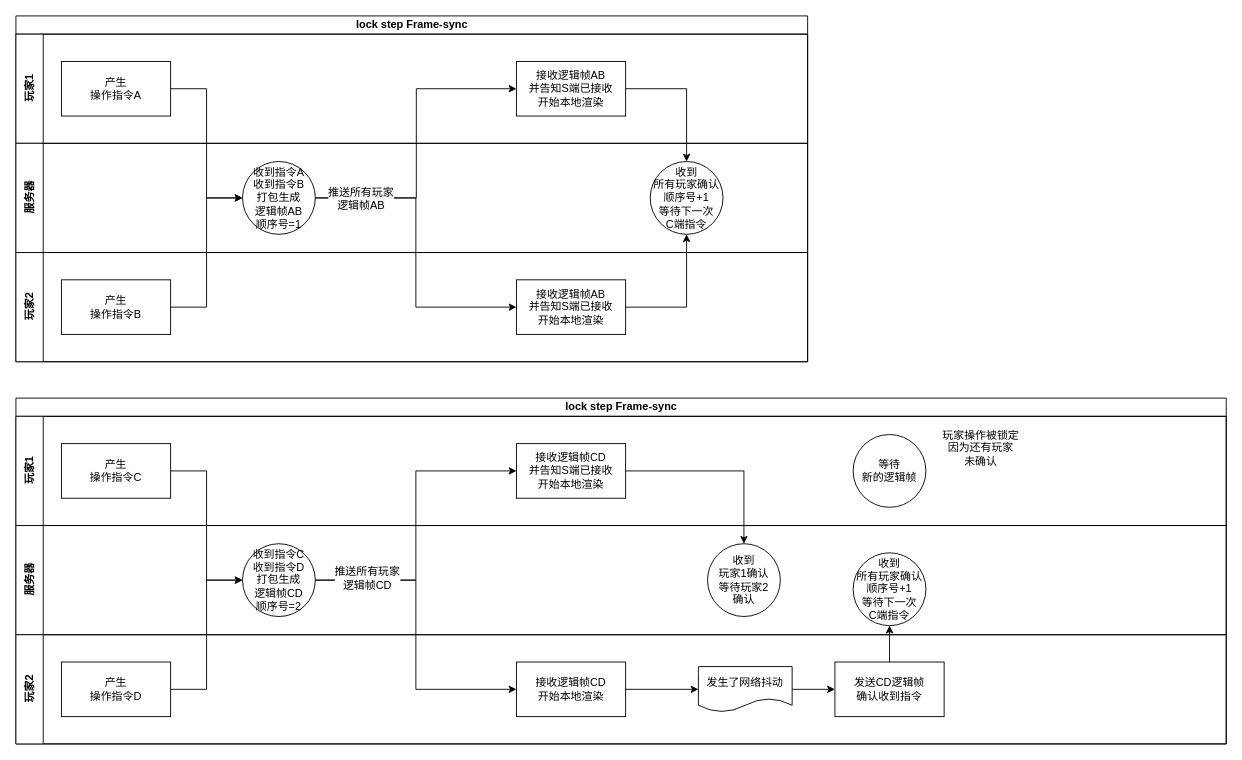
This is rsync_frame_lock_step.drawio from mqzhifu/drawpic, a draw.io file, before an edit. Source tidied: cells renumbered, new cells numbered last; positions are measured from the earlier drawing's top-left corner, leaving out a move shared by most shapes. Both pictures are drawn from the tidied source at 91%, with x=0, y=0 at pixel (15, 15).
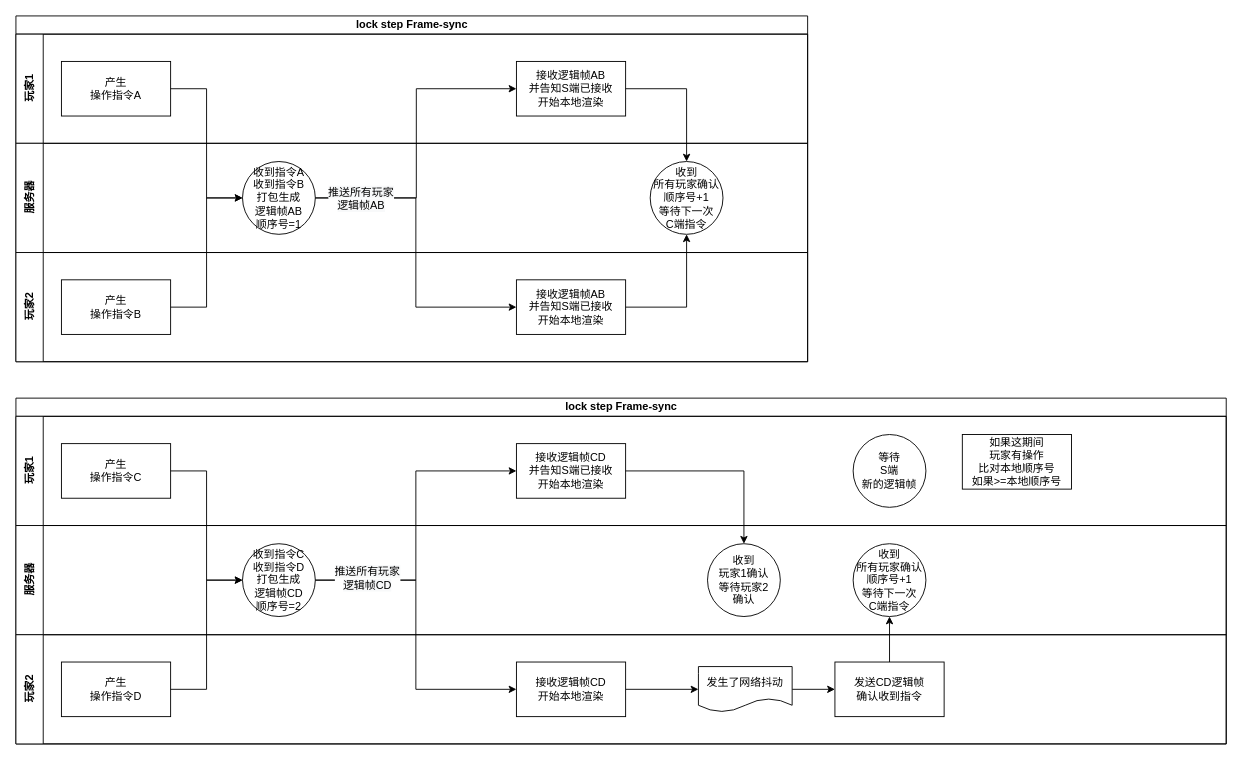
The same page after the edit.

Unchanged cells that the change refers to:
```xml
<mxCell id="20" value="玩家1" style="swimlane;html=1;startSize=30;horizontal=0;" parent="19" vertex="1">
  <mxGeometry y="20" width="1330" height="120" as="geometry" />
</mxCell>
<mxCell id="25" value="服务器" style="swimlane;html=1;startSize=30;horizontal=0;" parent="19" vertex="1">
  <mxGeometry y="140" width="1330" height="120" as="geometry" />
</mxCell>
```

Change to the diagram source:
```diff
@@
-    <mxCell id="23" value="等待&lt;br&gt;新的逻辑帧&lt;br&gt;" style="ellipse;whiteSpace=wrap;html=1;" parent="20" vertex="1">
+    <mxCell id="23" value="等待&lt;br&gt;S端&lt;br&gt;新的逻辑帧" style="ellipse;whiteSpace=wrap;html=1;" parent="20" vertex="1">
       <mxGeometry x="920" y="20" width="80" height="80" as="geometry" />
     </mxCell>
-    <mxCell id="24" value="玩家操作被锁定&lt;br&gt;因为还有玩家&lt;br&gt;未确认" style="text;html=1;strokeColor=none;fillColor=none;align=center;verticalAlign=middle;whiteSpace=wrap;rounded=0;" parent="20" vertex="1">
-      <mxGeometry x="1011" y="10" width="99" height="50" as="geometry" />
-    </mxCell>
+    <mxCell id="43" value="&lt;span&gt;如果这期间&lt;br&gt;玩家有操作&lt;br&gt;比对本地顺序号&lt;br&gt;如果&amp;gt;=本地顺序号&lt;br&gt;&lt;/span&gt;" style="rounded=0;whiteSpace=wrap;html=1;" parent="20" vertex="1">
+      <mxGeometry x="1040" y="20" width="120" height="60" as="geometry" />
+    </mxCell>
@@
     <mxCell id="28" value="收到&lt;br&gt;所有玩家确认&lt;br&gt;顺序号+1&lt;br&gt;等待下一次&lt;br&gt;C端指令" style="ellipse;whiteSpace=wrap;html=1;" parent="25" vertex="1">
-      <mxGeometry x="920" y="30" width="80" height="80" as="geometry" />
+      <mxGeometry x="920" y="20" width="80" height="80" as="geometry" />
     </mxCell>
```
